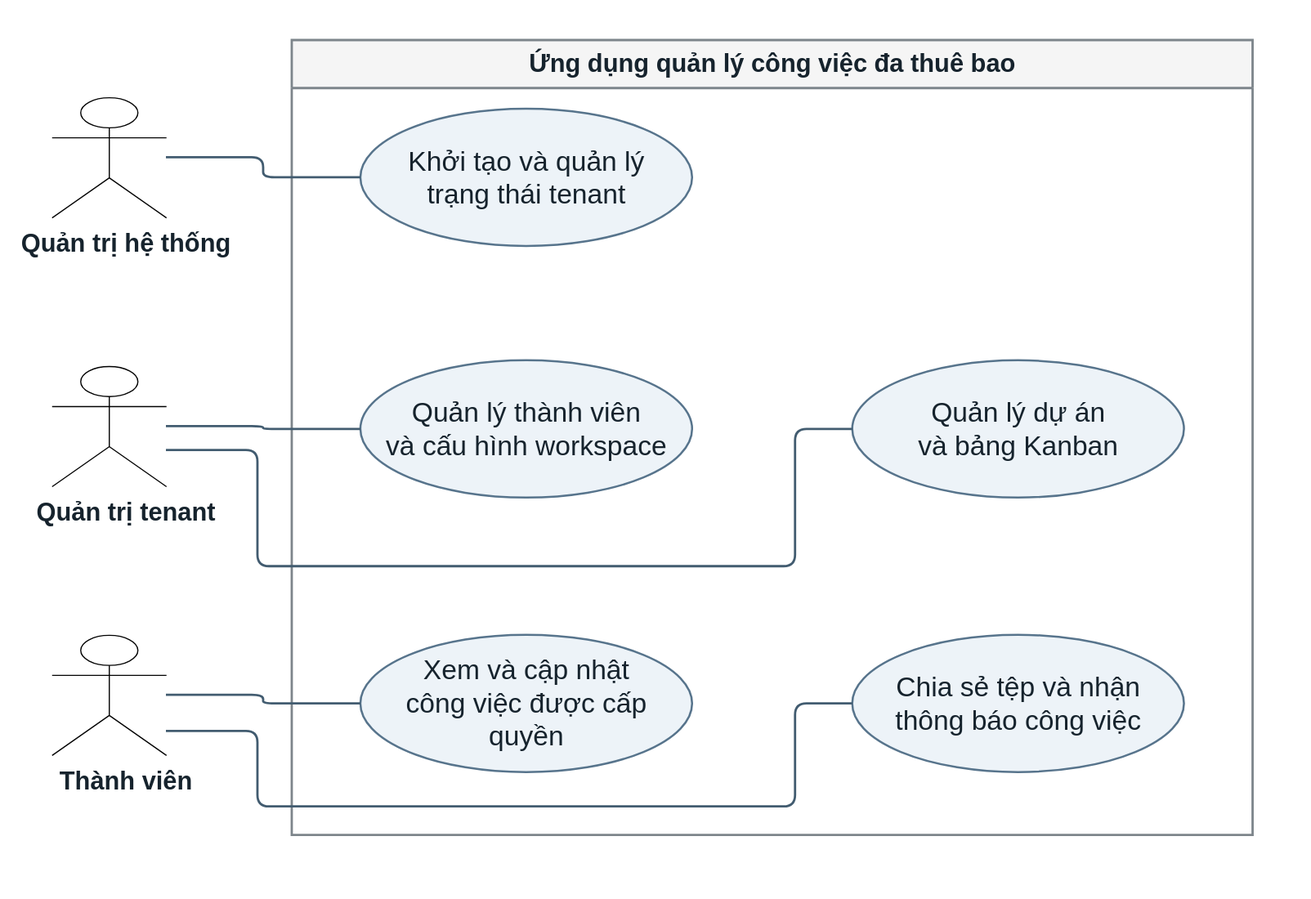
This is output/report-theo-dany/figures/svg/hinh_3_1_use_case.svg from Hungcb123/NCKH-Hung, a draw.io export, as it was before one commit. Source tidied: cells renumbered, new cells last; positions are measured from the earlier drawing's top-left corner, leaving out a move shared by most shapes. The source it was exported from:
```xml
<mxGraphModel background="#ffffff">
  <root>
    <mxCell id="0" />
    <mxCell id="1" parent="0" />
    <mxCell id="2" style="html=1;whiteSpace=wrap;fontFamily=Arial;fontColor=#16232D;fontSize=24;spacing=10;align=center;verticalAlign=middle;fillColor=none;strokeColor=none;" parent="1" vertex="1">
      <mxGeometry width="1100" height="740" as="geometry" />
    </mxCell>
    <mxCell id="3" style="html=1;whiteSpace=wrap;fontFamily=Arial;fontColor=#16232D;fontSize=24;spacing=10;align=center;verticalAlign=middle;shape=umlActor;" parent="1" vertex="1">
      <mxGeometry x="30" y="70" width="100" height="105" as="geometry" />
    </mxCell>
    <mxCell id="4" style="html=1;whiteSpace=wrap;fontFamily=Arial;fontColor=#16232D;fontSize=24;spacing=10;align=center;verticalAlign=middle;shape=umlActor;" parent="1" vertex="1">
      <mxGeometry x="30" y="305" width="100" height="105" as="geometry" />
    </mxCell>
    <mxCell id="5" style="html=1;whiteSpace=wrap;fontFamily=Arial;fontColor=#16232D;fontSize=24;spacing=10;align=center;verticalAlign=middle;shape=umlActor;" parent="1" vertex="1">
      <mxGeometry x="30" y="540" width="100" height="105" as="geometry" />
    </mxCell>
    <mxCell id="6" value="Quản trị hệ thống" style="html=1;whiteSpace=wrap;fontFamily=Arial;fontColor=#16232D;fontSize=24;spacing=10;align=center;verticalAlign=middle;text;strokeColor=none;fillColor=none;fontSize=22;fontStyle=1;align=center;spacing=0;" parent="1" vertex="1">
      <mxGeometry y="180" width="190" height="55" as="geometry" />
    </mxCell>
    <mxCell id="7" value="Quản trị tenant" style="html=1;whiteSpace=wrap;fontFamily=Arial;fontColor=#16232D;fontSize=24;spacing=10;align=center;verticalAlign=middle;text;strokeColor=none;fillColor=none;fontSize=22;fontStyle=1;align=center;spacing=0;" parent="1" vertex="1">
      <mxGeometry y="415" width="190" height="55" as="geometry" />
    </mxCell>
    <mxCell id="8" value="Thành viên" style="html=1;whiteSpace=wrap;fontFamily=Arial;fontColor=#16232D;fontSize=24;spacing=10;align=center;verticalAlign=middle;text;strokeColor=none;fillColor=none;fontSize=22;fontStyle=1;align=center;spacing=0;" parent="1" vertex="1">
      <mxGeometry y="650" width="190" height="55" as="geometry" />
    </mxCell>
    <mxCell id="9" value="Ứng dụng quản lý công việc đa thuê bao" style="html=1;whiteSpace=wrap;fontFamily=Arial;fontColor=#16232D;fontSize=24;spacing=10;align=center;verticalAlign=middle;swimlane;startSize=42;horizontal=1;fontSize=22;fontStyle=1;fillColor=#F5F5F5;swimlaneFillColor=#FFFFFF;strokeColor=#7D858B;strokeWidth=2;" parent="1" vertex="1">
      <mxGeometry x="240" y="20" width="840" height="695" as="geometry" />
    </mxCell>
    <mxCell id="10" value="Khởi tạo và quản lý&#10;trạng thái tenant" style="html=1;whiteSpace=wrap;fontFamily=Arial;fontColor=#16232D;fontSize=24;spacing=10;align=center;verticalAlign=middle;ellipse;fillColor=#EDF3F8;strokeColor=#57748C;strokeWidth=1.8;" parent="1" vertex="1">
      <mxGeometry x="300" y="80" width="290" height="120" as="geometry" />
    </mxCell>
    <mxCell id="11" value="Quản lý thành viên&#10;và cấu hình workspace" style="html=1;whiteSpace=wrap;fontFamily=Arial;fontColor=#16232D;fontSize=24;spacing=10;align=center;verticalAlign=middle;ellipse;fillColor=#EDF3F8;strokeColor=#57748C;strokeWidth=1.8;" parent="1" vertex="1">
      <mxGeometry x="300" y="300" width="290" height="120" as="geometry" />
    </mxCell>
    <mxCell id="12" value="Quản lý dự án&#10;và bảng Kanban" style="html=1;whiteSpace=wrap;fontFamily=Arial;fontColor=#16232D;fontSize=24;spacing=10;align=center;verticalAlign=middle;ellipse;fillColor=#EDF3F8;strokeColor=#57748C;strokeWidth=1.8;" parent="1" vertex="1">
      <mxGeometry x="730" y="300" width="290" height="120" as="geometry" />
    </mxCell>
    <mxCell id="13" value="Xem và cập nhật&#10;công việc được cấp quyền" style="html=1;whiteSpace=wrap;fontFamily=Arial;fontColor=#16232D;fontSize=24;spacing=10;align=center;verticalAlign=middle;ellipse;fillColor=#EDF3F8;strokeColor=#57748C;strokeWidth=1.8;" parent="1" vertex="1">
      <mxGeometry x="300" y="540" width="290" height="120" as="geometry" />
    </mxCell>
    <mxCell id="14" value="Chia sẻ tệp và nhận&#10;thông báo công việc" style="html=1;whiteSpace=wrap;fontFamily=Arial;fontColor=#16232D;fontSize=24;spacing=10;align=center;verticalAlign=middle;ellipse;fillColor=#EDF3F8;strokeColor=#57748C;strokeWidth=1.8;" parent="1" vertex="1">
      <mxGeometry x="730" y="540" width="290" height="120" as="geometry" />
    </mxCell>
    <mxCell id="15" style="edgeStyle=orthogonalEdgeStyle;rounded=1;jettySize=auto;html=1;fontFamily=Arial;fontSize=21;fontColor=#16232D;labelBackgroundColor=#FFFFFF;strokeColor=#425C70;strokeWidth=2;endArrow=none;endFill=1;exitX=1;exitY=0.5;entryX=0;entryY=0.5;" parent="1" edge="1" source="3" target="10">
      <mxGeometry relative="1" as="geometry" />
    </mxCell>
    <mxCell id="16" style="edgeStyle=orthogonalEdgeStyle;rounded=1;jettySize=auto;html=1;fontFamily=Arial;fontSize=21;fontColor=#16232D;labelBackgroundColor=#FFFFFF;strokeColor=#425C70;strokeWidth=2;endArrow=none;endFill=1;exitX=1;exitY=0.5;entryX=0;entryY=0.5;" parent="1" edge="1" source="4" target="11">
      <mxGeometry relative="1" as="geometry" />
    </mxCell>
    <mxCell id="17" style="edgeStyle=orthogonalEdgeStyle;rounded=1;jettySize=auto;html=1;fontFamily=Arial;fontSize=21;fontColor=#16232D;labelBackgroundColor=#FFFFFF;strokeColor=#425C70;strokeWidth=2;endArrow=none;endFill=1;exitX=1;exitY=0.7;entryX=0;entryY=0.5;" parent="1" edge="1" source="4" target="12">
      <mxGeometry relative="1" as="geometry">
        <Array as="points">
          <mxPoint x="210" y="480" />
          <mxPoint x="680" y="480" />
          <mxPoint x="680" y="360" />
        </Array>
      </mxGeometry>
    </mxCell>
    <mxCell id="18" style="edgeStyle=orthogonalEdgeStyle;rounded=1;jettySize=auto;html=1;fontFamily=Arial;fontSize=21;fontColor=#16232D;labelBackgroundColor=#FFFFFF;strokeColor=#425C70;strokeWidth=2;endArrow=none;endFill=1;exitX=1;exitY=0.5;entryX=0;entryY=0.5;" parent="1" edge="1" source="5" target="13">
      <mxGeometry relative="1" as="geometry" />
    </mxCell>
    <mxCell id="19" style="edgeStyle=orthogonalEdgeStyle;rounded=1;jettySize=auto;html=1;fontFamily=Arial;fontSize=21;fontColor=#16232D;labelBackgroundColor=#FFFFFF;strokeColor=#425C70;strokeWidth=2;endArrow=none;endFill=1;exitX=1;exitY=0.8;entryX=0;entryY=0.5;" parent="1" edge="1" source="5" target="14">
      <mxGeometry relative="1" as="geometry">
        <Array as="points">
          <mxPoint x="210" y="690" />
          <mxPoint x="680" y="690" />
          <mxPoint x="680" y="600" />
        </Array>
      </mxGeometry>
    </mxCell>
  </root>
</mxGraphModel>
```
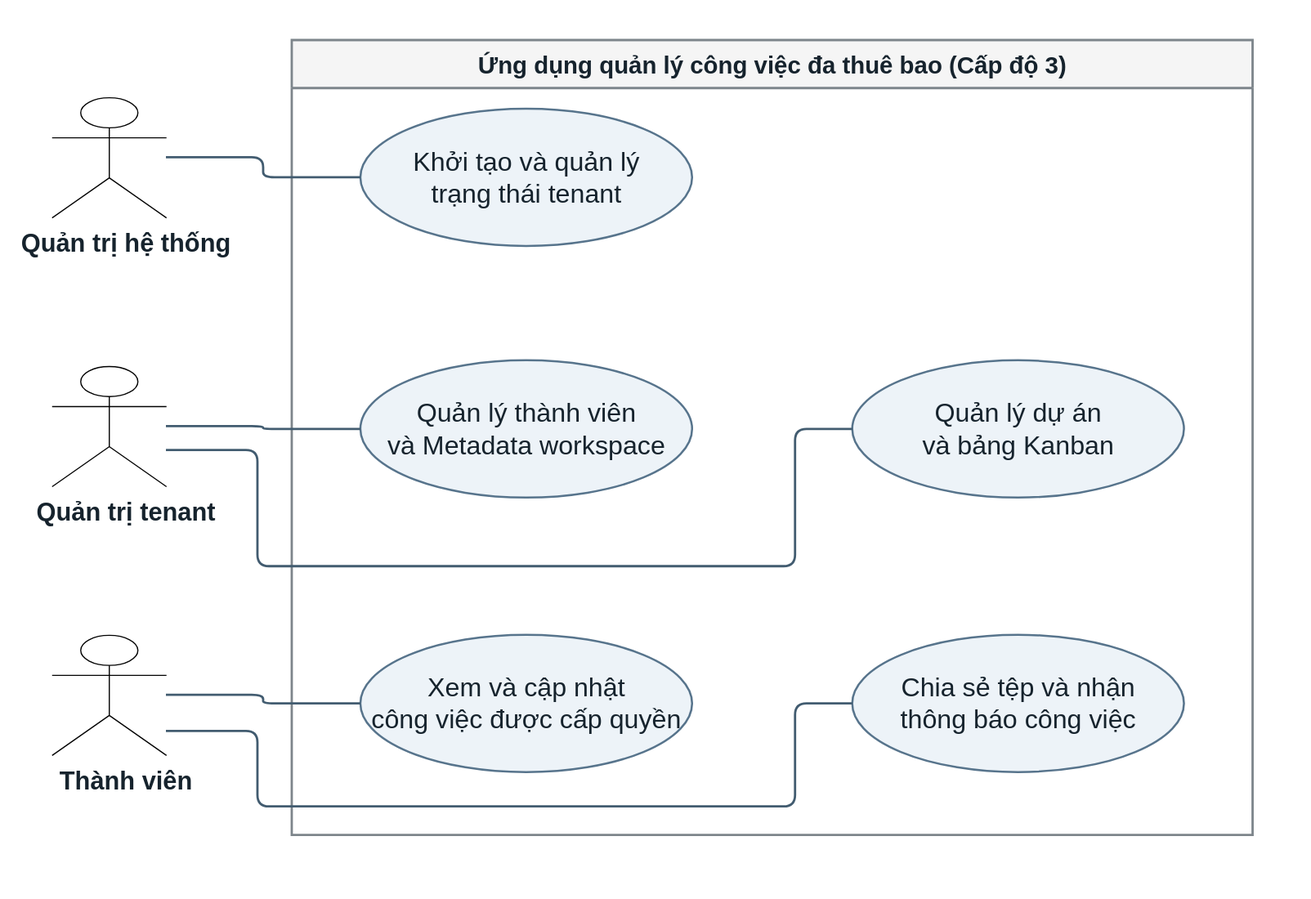
After the change.

The edit, as a diff of the source:
```diff
@@ -23,31 +23,31 @@
     <mxCell id="8" value="Thành viên" style="html=1;whiteSpace=wrap;fontFamily=Arial;fontColor=#16232D;fontSize=24;spacing=10;align=center;verticalAlign=middle;text;strokeColor=none;fillColor=none;fontSize=22;fontStyle=1;align=center;spacing=0;" parent="1" vertex="1">
       <mxGeometry y="650" width="190" height="55" as="geometry" />
     </mxCell>
-    <mxCell id="9" value="Ứng dụng quản lý công việc đa thuê bao" style="html=1;whiteSpace=wrap;fontFamily=Arial;fontColor=#16232D;fontSize=24;spacing=10;align=center;verticalAlign=middle;swimlane;startSize=42;horizontal=1;fontSize=22;fontStyle=1;fillColor=#F5F5F5;swimlaneFillColor=#FFFFFF;strokeColor=#7D858B;strokeWidth=2;" parent="1" vertex="1">
+    <mxCell id="9" value="Ứng dụng quản lý công việc đa thuê bao (Cấp độ 3)" style="html=1;whiteSpace=wrap;fontFamily=Arial;fontColor=#16232D;fontSize=24;spacing=10;align=center;verticalAlign=middle;swimlane;startSize=42;horizontal=1;fontSize=21;fontStyle=1;fillColor=#F5F5F5;swimlaneFillColor=#FFFFFF;strokeColor=#7D858B;strokeWidth=2;" parent="1" vertex="1">
       <mxGeometry x="240" y="20" width="840" height="695" as="geometry" />
     </mxCell>
-    <mxCell id="10" value="Khởi tạo và quản lý&#10;trạng thái tenant" style="html=1;whiteSpace=wrap;fontFamily=Arial;fontColor=#16232D;fontSize=24;spacing=10;align=center;verticalAlign=middle;ellipse;fillColor=#EDF3F8;strokeColor=#57748C;strokeWidth=1.8;" parent="1" vertex="1">
+    <mxCell id="10" value="Khởi tạo và quản lý&#10;trạng thái tenant" style="html=1;whiteSpace=wrap;fontFamily=Arial;fontColor=#16232D;fontSize=24;spacing=10;align=center;verticalAlign=middle;ellipse;fontSize=23;fillColor=#EDF3F8;strokeColor=#57748C;strokeWidth=1.8;" parent="1" vertex="1">
       <mxGeometry x="300" y="80" width="290" height="120" as="geometry" />
     </mxCell>
-    <mxCell id="11" value="Quản lý thành viên&#10;và cấu hình workspace" style="html=1;whiteSpace=wrap;fontFamily=Arial;fontColor=#16232D;fontSize=24;spacing=10;align=center;verticalAlign=middle;ellipse;fillColor=#EDF3F8;strokeColor=#57748C;strokeWidth=1.8;" parent="1" vertex="1">
+    <mxCell id="11" value="Quản lý thành viên&#10;và Metadata workspace" style="html=1;whiteSpace=wrap;fontFamily=Arial;fontColor=#16232D;fontSize=24;spacing=10;align=center;verticalAlign=middle;ellipse;fontSize=23;fillColor=#EDF3F8;strokeColor=#57748C;strokeWidth=1.8;" parent="1" vertex="1">
       <mxGeometry x="300" y="300" width="290" height="120" as="geometry" />
     </mxCell>
-    <mxCell id="12" value="Quản lý dự án&#10;và bảng Kanban" style="html=1;whiteSpace=wrap;fontFamily=Arial;fontColor=#16232D;fontSize=24;spacing=10;align=center;verticalAlign=middle;ellipse;fillColor=#EDF3F8;strokeColor=#57748C;strokeWidth=1.8;" parent="1" vertex="1">
+    <mxCell id="12" value="Quản lý dự án&#10;và bảng Kanban" style="html=1;whiteSpace=wrap;fontFamily=Arial;fontColor=#16232D;fontSize=24;spacing=10;align=center;verticalAlign=middle;ellipse;fontSize=23;fillColor=#EDF3F8;strokeColor=#57748C;strokeWidth=1.8;" parent="1" vertex="1">
       <mxGeometry x="730" y="300" width="290" height="120" as="geometry" />
     </mxCell>
-    <mxCell id="13" value="Xem và cập nhật&#10;công việc được cấp quyền" style="html=1;whiteSpace=wrap;fontFamily=Arial;fontColor=#16232D;fontSize=24;spacing=10;align=center;verticalAlign=middle;ellipse;fillColor=#EDF3F8;strokeColor=#57748C;strokeWidth=1.8;" parent="1" vertex="1">
+    <mxCell id="13" value="Xem và cập nhật&#10;công việc được cấp quyền" style="html=1;whiteSpace=wrap;fontFamily=Arial;fontColor=#16232D;fontSize=24;spacing=10;align=center;verticalAlign=middle;ellipse;fontSize=23;fillColor=#EDF3F8;strokeColor=#57748C;strokeWidth=1.8;" parent="1" vertex="1">
       <mxGeometry x="300" y="540" width="290" height="120" as="geometry" />
     </mxCell>
-    <mxCell id="14" value="Chia sẻ tệp và nhận&#10;thông báo công việc" style="html=1;whiteSpace=wrap;fontFamily=Arial;fontColor=#16232D;fontSize=24;spacing=10;align=center;verticalAlign=middle;ellipse;fillColor=#EDF3F8;strokeColor=#57748C;strokeWidth=1.8;" parent="1" vertex="1">
+    <mxCell id="14" value="Chia sẻ tệp và nhận&#10;thông báo công việc" style="html=1;whiteSpace=wrap;fontFamily=Arial;fontColor=#16232D;fontSize=24;spacing=10;align=center;verticalAlign=middle;ellipse;fontSize=23;fillColor=#EDF3F8;strokeColor=#57748C;strokeWidth=1.8;" parent="1" vertex="1">
       <mxGeometry x="730" y="540" width="290" height="120" as="geometry" />
     </mxCell>
-    <mxCell id="15" style="edgeStyle=orthogonalEdgeStyle;rounded=1;jettySize=auto;html=1;fontFamily=Arial;fontSize=21;fontColor=#16232D;labelBackgroundColor=#FFFFFF;strokeColor=#425C70;strokeWidth=2;endArrow=none;endFill=1;exitX=1;exitY=0.5;entryX=0;entryY=0.5;" parent="1" edge="1" source="3" target="10">
+    <mxCell id="15" style="edgeStyle=orthogonalEdgeStyle;rounded=1;jettySize=auto;html=1;fontFamily=Arial;fontSize=20;fontColor=#16232D;labelBackgroundColor=#FFFFFF;strokeColor=#425C70;strokeWidth=2;endArrow=none;endFill=1;exitX=1;exitY=0.5;entryX=0;entryY=0.5;" parent="1" edge="1" source="3" target="10">
       <mxGeometry relative="1" as="geometry" />
     </mxCell>
-    <mxCell id="16" style="edgeStyle=orthogonalEdgeStyle;rounded=1;jettySize=auto;html=1;fontFamily=Arial;fontSize=21;fontColor=#16232D;labelBackgroundColor=#FFFFFF;strokeColor=#425C70;strokeWidth=2;endArrow=none;endFill=1;exitX=1;exitY=0.5;entryX=0;entryY=0.5;" parent="1" edge="1" source="4" target="11">
+    <mxCell id="16" style="edgeStyle=orthogonalEdgeStyle;rounded=1;jettySize=auto;html=1;fontFamily=Arial;fontSize=20;fontColor=#16232D;labelBackgroundColor=#FFFFFF;strokeColor=#425C70;strokeWidth=2;endArrow=none;endFill=1;exitX=1;exitY=0.5;entryX=0;entryY=0.5;" parent="1" edge="1" source="4" target="11">
       <mxGeometry relative="1" as="geometry" />
     </mxCell>
-    <mxCell id="17" style="edgeStyle=orthogonalEdgeStyle;rounded=1;jettySize=auto;html=1;fontFamily=Arial;fontSize=21;fontColor=#16232D;labelBackgroundColor=#FFFFFF;strokeColor=#425C70;strokeWidth=2;endArrow=none;endFill=1;exitX=1;exitY=0.7;entryX=0;entryY=0.5;" parent="1" edge="1" source="4" target="12">
+    <mxCell id="17" style="edgeStyle=orthogonalEdgeStyle;rounded=1;jettySize=auto;html=1;fontFamily=Arial;fontSize=20;fontColor=#16232D;labelBackgroundColor=#FFFFFF;strokeColor=#425C70;strokeWidth=2;endArrow=none;endFill=1;exitX=1;exitY=0.7;entryX=0;entryY=0.5;" parent="1" edge="1" source="4" target="12">
       <mxGeometry relative="1" as="geometry">
         <Array as="points">
           <mxPoint x="210" y="480" />
@@ -56,10 +56,10 @@
         </Array>
       </mxGeometry>
     </mxCell>
-    <mxCell id="18" style="edgeStyle=orthogonalEdgeStyle;rounded=1;jettySize=auto;html=1;fontFamily=Arial;fontSize=21;fontColor=#16232D;labelBackgroundColor=#FFFFFF;strokeColor=#425C70;strokeWidth=2;endArrow=none;endFill=1;exitX=1;exitY=0.5;entryX=0;entryY=0.5;" parent="1" edge="1" source="5" target="13">
+    <mxCell id="18" style="edgeStyle=orthogonalEdgeStyle;rounded=1;jettySize=auto;html=1;fontFamily=Arial;fontSize=20;fontColor=#16232D;labelBackgroundColor=#FFFFFF;strokeColor=#425C70;strokeWidth=2;endArrow=none;endFill=1;exitX=1;exitY=0.5;entryX=0;entryY=0.5;" parent="1" edge="1" source="5" target="13">
       <mxGeometry relative="1" as="geometry" />
     </mxCell>
-    <mxCell id="19" style="edgeStyle=orthogonalEdgeStyle;rounded=1;jettySize=auto;html=1;fontFamily=Arial;fontSize=21;fontColor=#16232D;labelBackgroundColor=#FFFFFF;strokeColor=#425C70;strokeWidth=2;endArrow=none;endFill=1;exitX=1;exitY=0.8;entryX=0;entryY=0.5;" parent="1" edge="1" source="5" target="14">
+    <mxCell id="19" style="edgeStyle=orthogonalEdgeStyle;rounded=1;jettySize=auto;html=1;fontFamily=Arial;fontSize=20;fontColor=#16232D;labelBackgroundColor=#FFFFFF;strokeColor=#425C70;strokeWidth=2;endArrow=none;endFill=1;exitX=1;exitY=0.8;entryX=0;entryY=0.5;" parent="1" edge="1" source="5" target="14">
       <mxGeometry relative="1" as="geometry">
         <Array as="points">
           <mxPoint x="210" y="690" />
```
